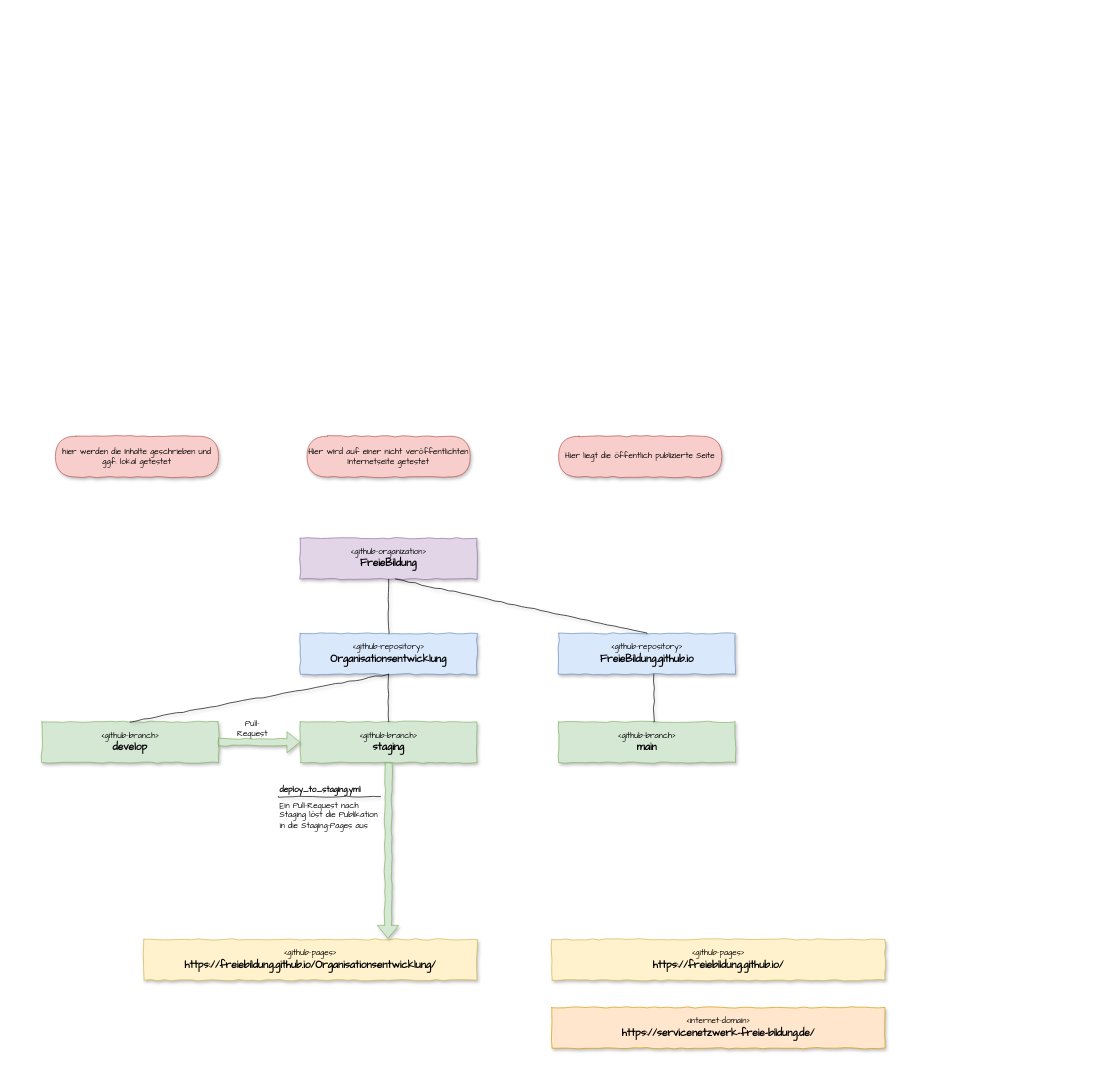
FreieBildung/Organisationsentwicklung keeps this draw.io diagram as it/assets/staging.drawio. Above is the earlier version. Source tidied: cells renumbered, new cells numbered last; positions are measured from the earlier drawing's top-left corner, leaving out a move shared by most shapes. Both pictures are drawn from the tidied source at 68%, with x=0, y=0 at pixel (41, 436).
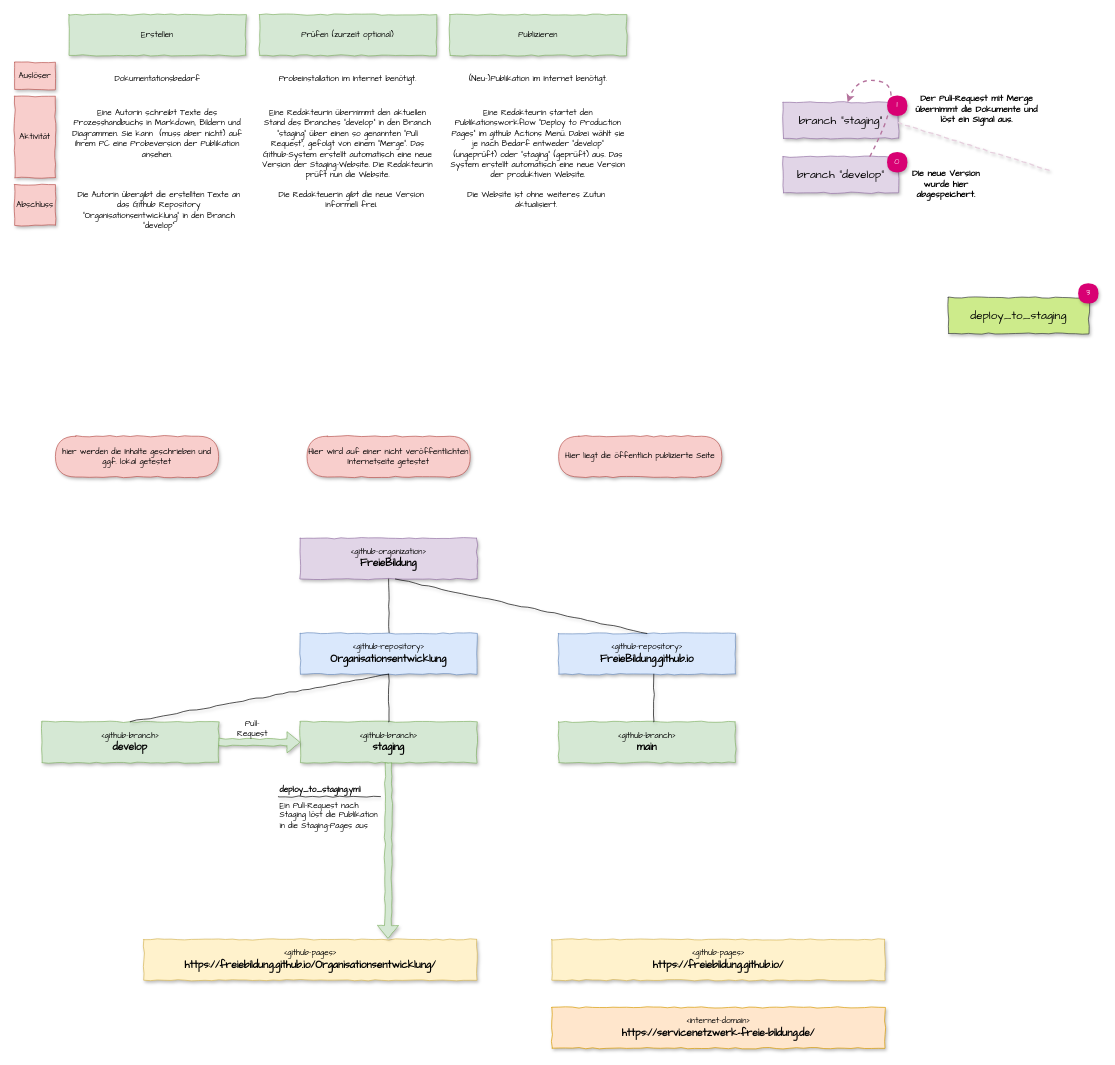
After the change.

The edit, as a diff of the source:
```diff
@@
+    <mxCell id="25" value="Erstellen" style="rounded=0;whiteSpace=wrap;html=1;fontFamily=Comic Sans MS;shadow=1;sketch=1;sketchStyle=comic;fillColor=#d5e8d4;strokeColor=#82b366;" parent="1" vertex="1">
+      <mxGeometry x="40" y="-620" width="260" height="60" as="geometry" />
+    </mxCell>
+    <mxCell id="26" value="Prüfen (zurzeit optional)" style="rounded=0;whiteSpace=wrap;html=1;fontFamily=Comic Sans MS;shadow=1;sketch=1;sketchStyle=comic;fillColor=#d5e8d4;strokeColor=#82b366;" parent="1" vertex="1">
+      <mxGeometry x="320" y="-620" width="260" height="60" as="geometry" />
+    </mxCell>
+    <mxCell id="27" value="Publizieren" style="rounded=0;whiteSpace=wrap;html=1;fontFamily=Comic Sans MS;shadow=1;sketch=1;sketchStyle=comic;fillColor=#d5e8d4;strokeColor=#82b366;" parent="1" vertex="1">
+      <mxGeometry x="600" y="-620" width="260" height="60" as="geometry" />
+    </mxCell>
+    <mxCell id="28" value="Auslöser" style="rounded=0;whiteSpace=wrap;html=1;fontFamily=Comic Sans MS;shadow=1;sketch=1;sketchStyle=comic;fillColor=#f8cecc;strokeColor=#b85450;" parent="1" vertex="1">
+      <mxGeometry x="-40" y="-550" width="60" height="40" as="geometry" />
+    </mxCell>
+    <mxCell id="29" value="&lt;font face=&quot;Comic Sans MS&quot;&gt;Eine Autorin schreibt Texte des Prozesshandbuchs in Markdown, Bildern und Diagrammen. Sie kann&amp;nbsp; (muss aber nicht) auf ihrem PC eine Probeversion der Publikation ansehen.&lt;br&gt;&lt;/font&gt;" style="text;html=1;strokeColor=none;fillColor=none;align=center;verticalAlign=top;whiteSpace=wrap;rounded=0;" parent="1" vertex="1">
+      <mxGeometry x="40" y="-490" width="260" height="20" as="geometry" />
+    </mxCell>
+    <mxCell id="30" value="Aktivität" style="rounded=0;whiteSpace=wrap;html=1;fontFamily=Comic Sans MS;shadow=1;sketch=1;sketchStyle=comic;fillColor=#f8cecc;strokeColor=#b85450;" parent="1" vertex="1">
+      <mxGeometry x="-40" y="-500" width="60" height="120" as="geometry" />
+    </mxCell>
+    <mxCell id="31" value="&lt;font face=&quot;Comic Sans MS&quot;&gt;Dokumentationsbedarf&lt;/font&gt;" style="text;html=1;strokeColor=none;fillColor=none;align=center;verticalAlign=top;whiteSpace=wrap;rounded=0;" parent="1" vertex="1">
+      <mxGeometry x="65" y="-540" width="210" height="30" as="geometry" />
+    </mxCell>
+    <mxCell id="32" value="Abschluss" style="rounded=0;whiteSpace=wrap;html=1;fontFamily=Comic Sans MS;shadow=1;sketch=1;sketchStyle=comic;fillColor=#f8cecc;strokeColor=#b85450;" parent="1" vertex="1">
+      <mxGeometry x="-40" y="-370" width="60" height="60" as="geometry" />
+    </mxCell>
+    <mxCell id="33" value="&lt;font face=&quot;Comic Sans MS&quot;&gt;Die Autorin übergibt die erstellten Texte an das Github Repository &quot;Organisationsentwicklung&quot; in den Branch &quot;develop&quot;&lt;/font&gt;" style="text;html=1;strokeColor=none;fillColor=none;align=center;verticalAlign=top;whiteSpace=wrap;rounded=0;" parent="1" vertex="1">
+      <mxGeometry x="50" y="-370" width="245" height="20" as="geometry" />
+    </mxCell>
+    <mxCell id="34" value="&lt;font face=&quot;Comic Sans MS&quot;&gt;Probeinstallation im Internet benötigt.&lt;/font&gt;" style="text;html=1;strokeColor=none;fillColor=none;align=center;verticalAlign=top;whiteSpace=wrap;rounded=0;" parent="1" vertex="1">
+      <mxGeometry x="345" y="-540" width="210" height="20" as="geometry" />
+    </mxCell>
+    <mxCell id="35" value="&lt;font face=&quot;Comic Sans MS&quot;&gt;Eine Redakteurin übernimmt den aktuellen Stand des Branches &quot;develop&quot; in den Branch &quot;staging&quot; über einen so genannten &quot;Pull Request&quot;, gefolgt von einem &quot;Merge&quot;. Das Github-System erstellt automatisch eine neue Version der Staging-Website. Die Redakteurin prüft nun die Website.&lt;br&gt;&lt;/font&gt;" style="text;html=1;strokeColor=none;fillColor=none;align=center;verticalAlign=top;whiteSpace=wrap;rounded=0;" parent="1" vertex="1">
+      <mxGeometry x="320" y="-490" width="260" height="20" as="geometry" />
+    </mxCell>
+    <mxCell id="36" value="&lt;font face=&quot;Comic Sans MS&quot;&gt;Die Redakteuerin gibt die neue Version informell frei.&lt;/font&gt;" style="text;html=1;strokeColor=none;fillColor=none;align=center;verticalAlign=top;whiteSpace=wrap;rounded=0;" parent="1" vertex="1">
+      <mxGeometry x="332.5" y="-370" width="245" height="20" as="geometry" />
+    </mxCell>
+    <mxCell id="37" value="&lt;font face=&quot;Comic Sans MS&quot;&gt;(Neu-)Publikation im Internet benötigt.&lt;/font&gt;" style="text;html=1;strokeColor=none;fillColor=none;align=center;verticalAlign=top;whiteSpace=wrap;rounded=0;" parent="1" vertex="1">
+      <mxGeometry x="625" y="-540" width="210" height="20" as="geometry" />
+    </mxCell>
+    <mxCell id="38" value="&lt;font face=&quot;Comic Sans MS&quot;&gt;Eine Redakteurin startet den Publikationsworkflow &quot;Deploy to Production Pages&quot; im github Actions Menü. Dabei wählt sie je nach Bedarf entweder &quot;develop&quot; (ungeprüft) oder &quot;staging&quot; (geprüft) aus. Das System erstellt automatisch eine neue Version der produktiven Website.&lt;br&gt;&lt;/font&gt;" style="text;html=1;strokeColor=none;fillColor=none;align=center;verticalAlign=top;whiteSpace=wrap;rounded=0;" parent="1" vertex="1">
+      <mxGeometry x="600" y="-490" width="260" height="20" as="geometry" />
+    </mxCell>
+    <mxCell id="39" value="&lt;font face=&quot;Comic Sans MS&quot;&gt;Die Website ist ohne weiteres Zutun aktualisiert.&lt;/font&gt;" style="text;html=1;strokeColor=none;fillColor=none;align=center;verticalAlign=top;whiteSpace=wrap;rounded=0;" parent="1" vertex="1">
+      <mxGeometry x="605" y="-370" width="245" height="20" as="geometry" />
+    </mxCell>
+    <mxCell id="40" value="deploy_to_staging" style="rounded=0;whiteSpace=wrap;html=1;fontFamily=Comic Sans MS;shadow=1;sketch=1;sketchStyle=comic;fillColor=#cdeb8b;strokeColor=#36393d;fontSize=17;" parent="1" vertex="1">
+      <mxGeometry x="1333" y="-204" width="207" height="53" as="geometry" />
+    </mxCell>
+    <mxCell id="41" value="3" style="rounded=1;whiteSpace=wrap;html=1;arcSize=50;shadow=1;sketch=1;sketchStyle=comic;fillColor=#d80073;fontColor=#ffffff;fontFamily=Comic Sans MS;strokeColor=none;" parent="1" vertex="1">
+      <mxGeometry x="1524" y="-225" width="30" height="30" as="geometry" />
+    </mxCell>
+    <mxCell id="42" value="branch &quot;develop&quot;" style="rounded=0;whiteSpace=wrap;html=1;fontFamily=Comic Sans MS;shadow=1;sketch=1;sketchStyle=comic;fillColor=#e1d5e7;strokeColor=#9673a6;fontSize=17;" parent="1" vertex="1">
+      <mxGeometry x="1090" y="-411" width="170" height="53" as="geometry" />
+    </mxCell>
+    <mxCell id="43" value="branch &quot;staging&quot;" style="rounded=0;whiteSpace=wrap;html=1;fontFamily=Comic Sans MS;shadow=1;sketch=1;sketchStyle=comic;fillColor=#e1d5e7;strokeColor=#9673a6;fontSize=17;" parent="1" vertex="1">
+      <mxGeometry x="1090" y="-491" width="170" height="53" as="geometry" />
+    </mxCell>
+    <mxCell id="44" value="0" style="rounded=1;whiteSpace=wrap;html=1;arcSize=50;shadow=1;sketch=1;sketchStyle=comic;fillColor=#d80073;fontColor=#ffffff;fontFamily=Comic Sans MS;strokeColor=none;" parent="1" vertex="1">
+      <mxGeometry x="1243" y="-418" width="30" height="30" as="geometry" />
+    </mxCell>
+    <mxCell id="45" style="endArrow=none;html=1;fontFamily=Comic Sans MS;sketch=1;shadow=1;sketchStyle=comic;exitX=0.78;exitY=0.313;exitDx=0;exitDy=0;dashed=1;strokeColor=#E6D0DE;strokeWidth=2;exitPerimeter=0;" parent="1" edge="1">
+      <mxGeometry relative="1" as="geometry">
+        <mxPoint x="1481.2" y="-391.1" as="sourcePoint" />
+        <mxPoint x="1260" y="-461" as="targetPoint" />
+      </mxGeometry>
+    </mxCell>
+    <mxCell id="46" value="Die neue Version wurde hier abgespeichert." style="text;html=1;strokeColor=none;fillColor=none;align=center;verticalAlign=middle;whiteSpace=wrap;rounded=0;shadow=1;sketch=1;sketchStyle=comic;fontFamily=Comic Sans MS;fontSize=13;fontStyle=1;" parent="1" vertex="1">
+      <mxGeometry x="1270" y="-380" width="120" height="20" as="geometry" />
+    </mxCell>
+    <mxCell id="47" value="Der Pull-Request mit Merge übernimmt die Dokumente und löst ein Signal aus." style="text;html=1;strokeColor=none;fillColor=none;align=center;verticalAlign=middle;whiteSpace=wrap;rounded=0;shadow=1;sketch=1;sketchStyle=comic;fontFamily=Comic Sans MS;fontSize=13;fontStyle=1;" parent="1" vertex="1">
+      <mxGeometry x="1280" y="-491" width="190" height="20" as="geometry" />
+    </mxCell>
+    <mxCell id="48" style="curved=1;endArrow=classic;html=1;dashed=1;strokeWidth=2;fontFamily=Comic Sans MS;fontSize=13;strokeColor=#B5739D;exitX=0.75;exitY=0;exitDx=0;exitDy=0;" parent="1" edge="1" source="42" target="43">
+      <mxGeometry relative="1" as="geometry">
+        <Array as="points">
+          <mxPoint x="1270" y="-511" />
+          <mxPoint x="1200" y="-531" />
+        </Array>
+      </mxGeometry>
+    </mxCell>
+    <mxCell id="49" value="1" style="rounded=1;whiteSpace=wrap;html=1;arcSize=50;shadow=1;sketch=1;sketchStyle=comic;fillColor=#d80073;fontColor=#ffffff;fontFamily=Comic Sans MS;strokeColor=none;" parent="1" vertex="1">
+      <mxGeometry x="1243" y="-501" width="30" height="30" as="geometry" />
+    </mxCell>
```
